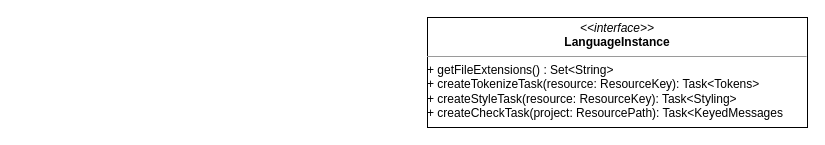
This is page "LanguageInstance" (15 of 19) of Spoofax3 Diagrams.drawio from AZWN/Spoofax-pie-diagrams, a draw.io file, before an edit. Source tidied: cells renumbered, new cells numbered last; positions are measured from the earlier drawing's top-left corner, leaving out a move shared by most shapes. Both pictures are drawn from the tidied source at 100%, with x=0, y=0 at pixel (427, 17).
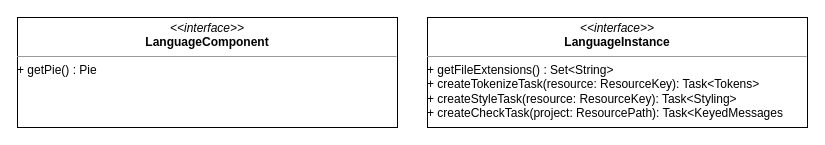
The same page after the edit.

Commit message (it also covers changes not shown here):
Add empty LanguageComponent diagram

What changed in the source:
```diff
@@
 <mxGraphModel>
   <root>
     <mxCell id="0" />
     <mxCell id="1" parent="0" />
     <mxCell id="2" value="&lt;p style=&quot;margin: 0px ; margin-top: 4px ; text-align: center&quot;&gt;&lt;i&gt;&amp;lt;&amp;lt;interface&amp;gt;&amp;gt;&lt;/i&gt;&lt;br&gt;&lt;b&gt;LanguageInstance&lt;/b&gt;&lt;/p&gt;&lt;hr size=&quot;1&quot;&gt;+ getFileExtensions() : Set&amp;lt;String&amp;gt;&lt;br&gt;+ createTokenizeTask(resource: ResourceKey): Task&amp;lt;Tokens&amp;gt;&lt;br&gt;+ createStyleTask(resource: ResourceKey): Task&amp;lt;Styling&amp;gt;&lt;br&gt;+ createCheckTask(project: ResourcePath): Task&amp;lt;KeyedMessages" style="verticalAlign=top;align=left;overflow=fill;fontSize=12;fontFamily=Helvetica;html=1;" parent="1" vertex="1">
       <mxGeometry width="380" height="110" as="geometry" />
     </mxCell>
+    <mxCell id="3" value="&lt;p style=&quot;margin: 0px ; margin-top: 4px ; text-align: center&quot;&gt;&lt;i&gt;&amp;lt;&amp;lt;interface&amp;gt;&amp;gt;&lt;/i&gt;&lt;br&gt;&lt;b&gt;LanguageComponent&lt;/b&gt;&lt;/p&gt;&lt;hr size=&quot;1&quot;&gt;+ getPie() : Pie" style="verticalAlign=top;align=left;overflow=fill;fontSize=12;fontFamily=Helvetica;html=1;" parent="1" vertex="1">
+      <mxGeometry x="-410" width="380" height="110" as="geometry" />
+    </mxCell>
   </root>
 </mxGraphModel>
```
